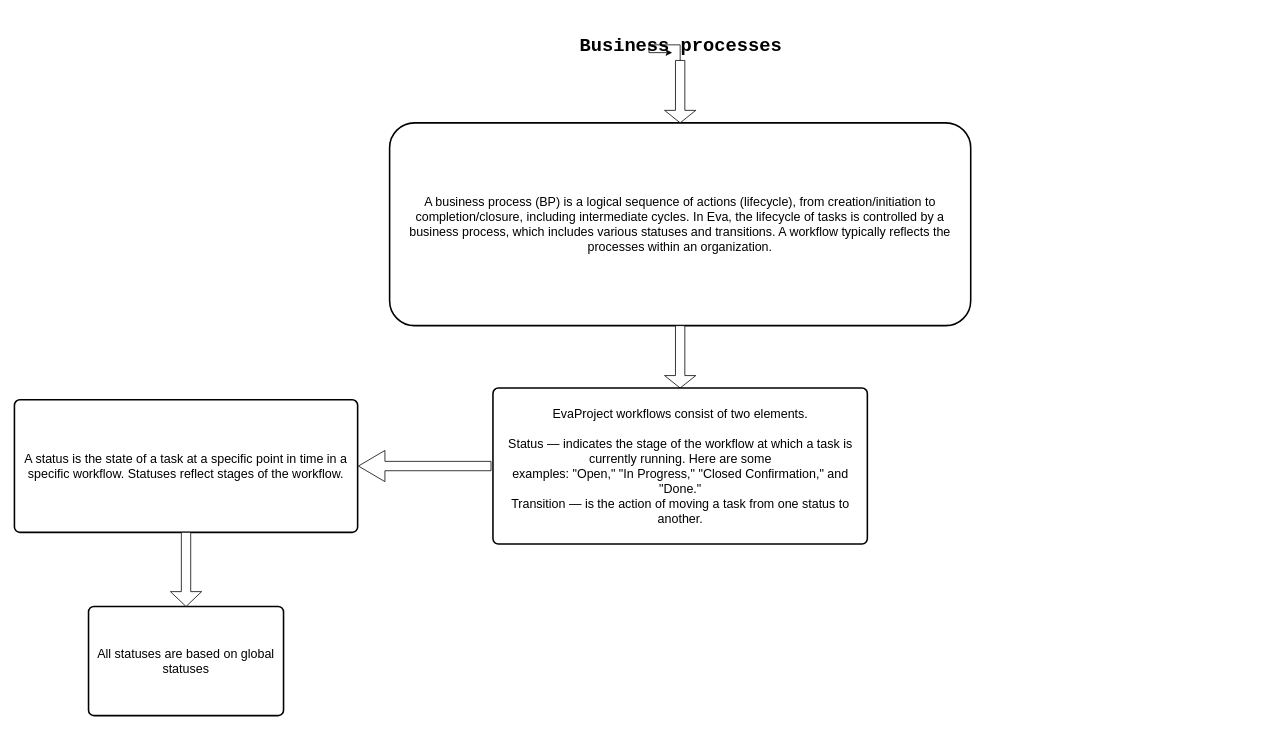
Earlier version of the draw.io diagram Untitled Diagram.drawio (vasilev-code/drawio). Source tidied: cells renumbered, new cells numbered last; positions are measured from the earlier drawing's top-left corner, leaving out a move shared by most shapes. Both pictures are drawn from the tidied source at 78%, with x=0, y=0 at pixel (14, 13).
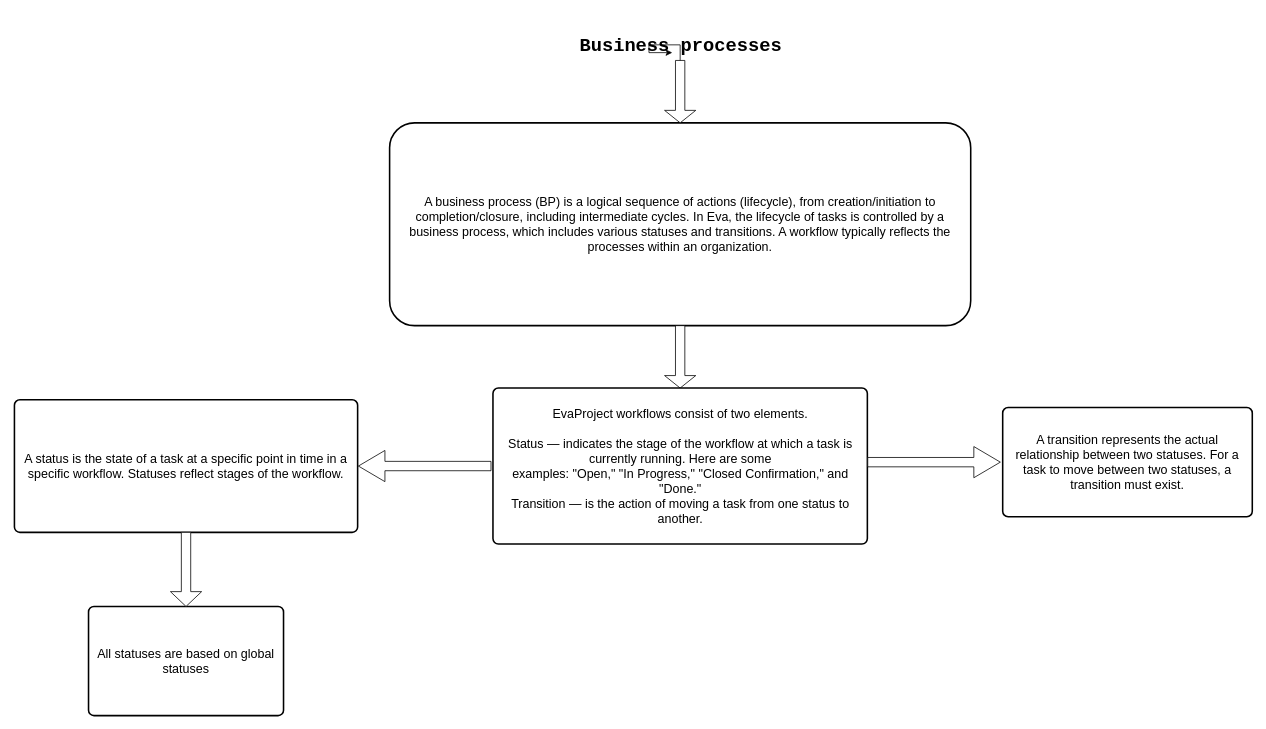
Above is the later version.

Diff of the diagram source:
```diff
@@
 <mxGraphModel>
   <root>
     <mxCell id="0" />
     <mxCell id="1" parent="0" />
     <mxCell id="2" value="&lt;div class=&quot;QmZWSe&quot;&gt;&lt;div class=&quot;DHcWmd&quot;&gt;&lt;/div&gt;&lt;/div&gt;&lt;div class=&quot;oSioSc&quot;&gt;&lt;div id=&quot;tw-target&quot;&gt;&lt;div id=&quot;kAz1tf&quot; class=&quot;g9WsWb PZPZlf&quot;&gt;&lt;div class=&quot;tw-ta-container tw-nfl&quot; id=&quot;tw-target-text-container&quot; tabindex=&quot;0&quot; role=&quot;text&quot;&gt;&lt;pre class=&quot;tw-data-text tw-text-large tw-ta&quot; id=&quot;tw-target-text&quot; role=&quot;text&quot; style=&quot;text-align:left&quot; tabindex=&quot;-1&quot; dir=&quot;ltr&quot; aria-label=&quot;Переведенный текст: business processes&quot;&gt;&lt;font style=&quot;font-size: 24px;&quot;&gt;&lt;span class=&quot;Y2IQFc&quot; lang=&quot;en&quot;&gt;Business processes&lt;/span&gt;&lt;/font&gt;&lt;/pre&gt;&lt;/div&gt;&lt;/div&gt;&lt;/div&gt;&lt;/div&gt;" style="text;align=center;fontStyle=1;verticalAlign=middle;spacingLeft=3;spacingRight=3;strokeColor=none;points=[[0,0.5],[1,0.5]];portConstraint=eastwest;html=1;" parent="1" vertex="1">
       <mxGeometry x="763.5" width="180" height="86" as="geometry" />
     </mxCell>
     <mxCell id="3" value="&lt;font style=&quot;font-size: 16px;&quot;&gt;&lt;span class=&quot;HwtZe&quot; lang=&quot;en&quot;&gt;&lt;span class=&quot;jCAhz ChMk0b&quot;&gt;&lt;span class=&quot;ryNqvb&quot;&gt;A business process (BP) is a logical sequence of actions (lifecycle), from creation/initiation to completion/closure, including intermediate cycles.&lt;/span&gt;&lt;/span&gt; &lt;span class=&quot;jCAhz ChMk0b&quot;&gt;&lt;span class=&quot;ryNqvb&quot;&gt;In Eva, the lifecycle of tasks is controlled by a business process, which includes various statuses and transitions.&lt;/span&gt;&lt;/span&gt; &lt;span class=&quot;jCAhz ChMk0b&quot;&gt;&lt;span class=&quot;ryNqvb&quot;&gt;A workflow typically reflects the processes within an organization.&lt;/span&gt;&lt;/span&gt;&lt;/span&gt;&lt;/font&gt;" style="rounded=1;whiteSpace=wrap;html=1;absoluteArcSize=1;arcSize=64;strokeWidth=2;" parent="1" vertex="1">
       <mxGeometry x="481" y="140" width="745" height="260" as="geometry" />
     </mxCell>
     <mxCell id="4" style="shape=singleArrow;direction=south;whiteSpace=wrap;html=1;" parent="1" vertex="1">
       <mxGeometry x="833.5" y="60" width="40" height="80" as="geometry" />
     </mxCell>
     <mxCell id="5" style="edgeStyle=orthogonalEdgeStyle;rounded=0;jettySize=auto;html=1;entryX=0.444;entryY=0.581;entryDx=0;entryDy=0;entryPerimeter=0;" parent="1" edge="1" source="4" target="2">
       <mxGeometry relative="1" as="geometry" />
     </mxCell>
     <mxCell id="6" style="shape=singleArrow;direction=south;whiteSpace=wrap;html=1;" parent="1" vertex="1">
       <mxGeometry x="833.5" y="400" width="40" height="80" as="geometry" />
     </mxCell>
     <mxCell id="7" value="&lt;font style=&quot;font-size: 16px;&quot;&gt;EvaProject workflows consist of two elements.&lt;br&gt;&lt;br&gt;Status — indicates the stage of the workflow at which a task is currently running. Here are some&lt;br&gt;examples: &quot;Open,&quot; &quot;In Progress,&quot; &quot;Closed Confirmation,&quot; and &quot;Done.&quot;&lt;br&gt;Transition — is the action of moving a task from one status to another.&lt;/font&gt;" style="rounded=1;whiteSpace=wrap;html=1;absoluteArcSize=1;arcSize=14;strokeWidth=2;" parent="1" vertex="1">
       <mxGeometry x="613.5" y="480" width="480" height="200" as="geometry" />
     </mxCell>
     <mxCell id="8" style="shape=singleArrow;direction=south;whiteSpace=wrap;html=1;rotation=90;" parent="1" vertex="1">
       <mxGeometry x="506" y="495" width="40" height="170" as="geometry" />
     </mxCell>
     <mxCell id="9" value="&lt;font style=&quot;font-size: 16px;&quot;&gt;&lt;span class=&quot;HwtZe&quot; lang=&quot;en&quot;&gt;&lt;span class=&quot;jCAhz ChMk0b&quot;&gt;&lt;span class=&quot;ryNqvb&quot;&gt;A status is the state of a task at a specific point in time in a specific workflow.&lt;/span&gt;&lt;/span&gt; &lt;span class=&quot;jCAhz ChMk0b&quot;&gt;&lt;span class=&quot;ryNqvb&quot;&gt;Statuses reflect stages of the workflow.&lt;/span&gt;&lt;/span&gt;&lt;/span&gt;&lt;/font&gt;" style="rounded=1;whiteSpace=wrap;html=1;absoluteArcSize=1;arcSize=14;strokeWidth=2;" parent="1" vertex="1">
       <mxGeometry y="495" width="440" height="170" as="geometry" />
     </mxCell>
     <mxCell id="10" value="&lt;font style=&quot;font-size: 16px;&quot;&gt;&lt;span class=&quot;HwtZe&quot; lang=&quot;en&quot;&gt;&lt;span class=&quot;jCAhz ChMk0b&quot;&gt;&lt;span class=&quot;ryNqvb&quot;&gt;All statuses are based on global statuses&lt;/span&gt;&lt;/span&gt;&lt;/span&gt;&lt;/font&gt;" style="rounded=1;whiteSpace=wrap;html=1;absoluteArcSize=1;arcSize=14;strokeWidth=2;" parent="1" vertex="1">
       <mxGeometry x="95" y="760" width="250" height="140" as="geometry" />
     </mxCell>
     <mxCell id="11" style="shape=singleArrow;direction=south;whiteSpace=wrap;html=1;rotation=0;" parent="1" vertex="1">
       <mxGeometry x="200" y="665" width="40" height="95" as="geometry" />
     </mxCell>
+    <mxCell id="12" value="&lt;font style=&quot;font-size: 16px;&quot;&gt;A transition represents the actual relationship between two statuses. For a task to move between two statuses, a transition must exist.&lt;/font&gt;" style="rounded=1;whiteSpace=wrap;html=1;absoluteArcSize=1;arcSize=14;strokeWidth=2;" parent="1" vertex="1">
+      <mxGeometry x="1267" y="505" width="320" height="140" as="geometry" />
+    </mxCell>
+    <mxCell id="13" style="shape=singleArrow;direction=south;whiteSpace=wrap;html=1;rotation=-90;" parent="1" vertex="1">
+      <mxGeometry x="1159" y="490" width="40" height="170" as="geometry" />
+    </mxCell>
   </root>
 </mxGraphModel>
```
